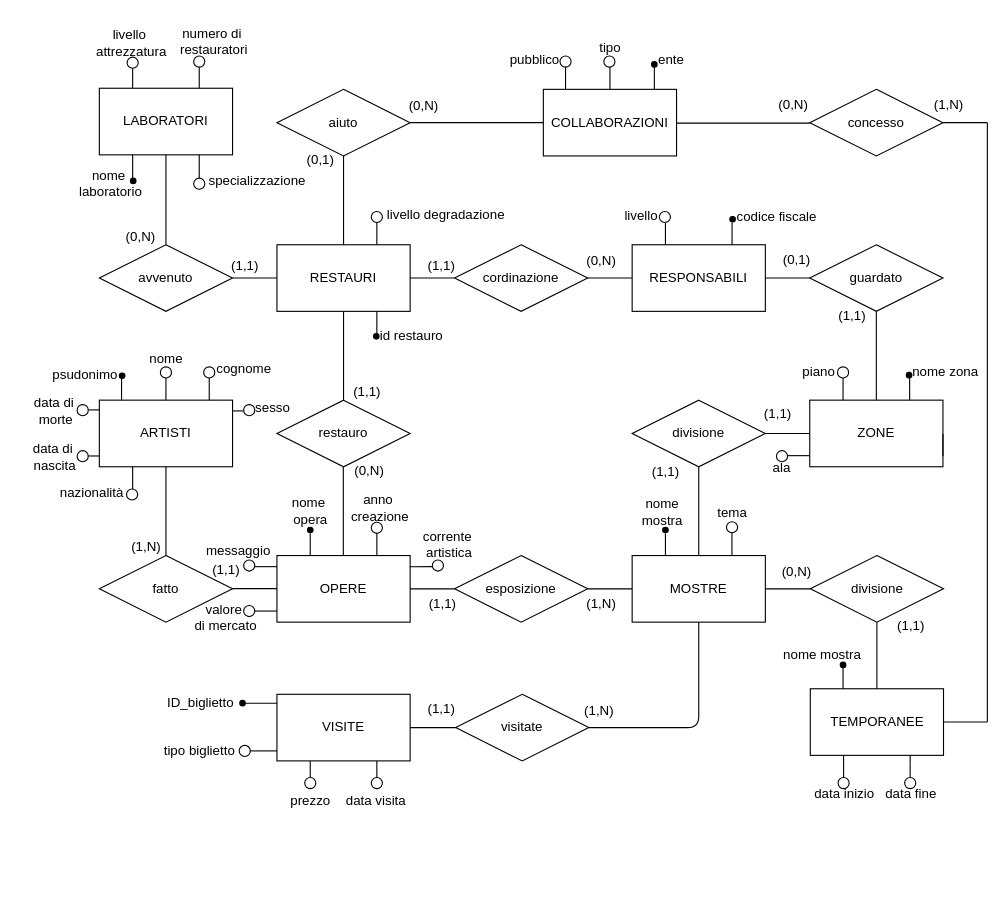
This is doc/museo-ristrutturato.drawio from ColdBerri/Database-Unipd-2025, a draw.io file, before an edit. Source tidied: cells renumbered, new cells numbered last; positions are measured from the earlier drawing's top-left corner, leaving out a move shared by most shapes. Both pictures are drawn from the tidied source at 111%, with x=0, y=0 at pixel (19, 19).
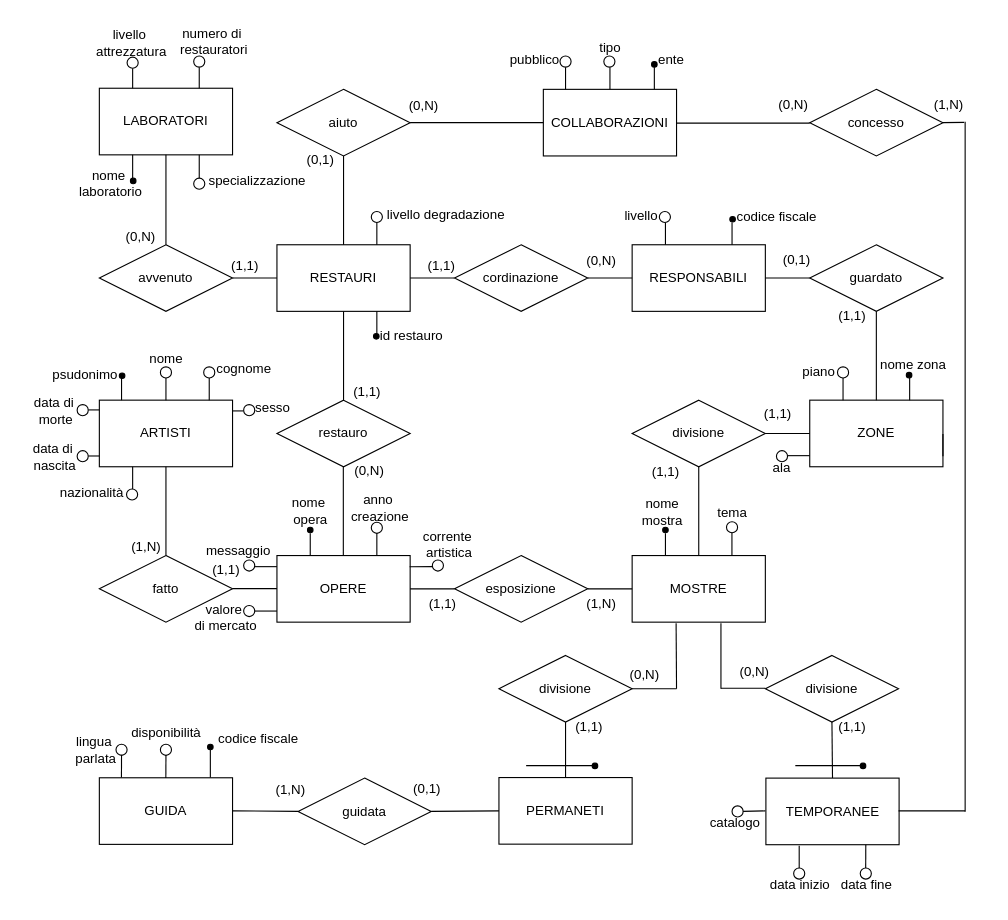
The same page after the edit.

Unchanged cells that the change refers to:
```xml
<mxCell id="14" value="MOSTRE" style="rounded=0;whiteSpace=wrap;html=1;" parent="1" vertex="1">
  <mxGeometry x="552" y="483" width="120" height="60" as="geometry" />
</mxCell>
<mxCell id="20" value="concesso" style="shape=rhombus;perimeter=rhombusPerimeter;whiteSpace=wrap;html=1;align=center;" parent="1" vertex="1">
  <mxGeometry x="712" y="63" width="120" height="60" as="geometry" />
</mxCell>
<mxCell id="130" value="(1,N)" style="text;html=1;align=center;verticalAlign=middle;points=[];strokeColor=none;fillColor=none;" parent="1" vertex="1">
  <mxGeometry x="812" y="62" width="50" height="30" as="geometry" />
</mxCell>
```

Change to the diagram source:
```diff
@@
     <mxCell id="21" value="TEMPORANEE" style="rounded=0;whiteSpace=wrap;html=1;" parent="1" vertex="1">
-      <mxGeometry x="712.5" y="603" width="120" height="60" as="geometry" />
+      <mxGeometry x="672.5" y="683.5" width="120" height="60" as="geometry" />
     </mxCell>
-    <mxCell id="22" style="endArrow=none;html=1;rounded=0;exitX=1;exitY=0.5;exitDx=0;exitDy=0;" parent="1" edge="1" source="20">
-      <mxGeometry relative="1" as="geometry">
-        <mxPoint x="872" y="93" as="targetPoint" />
-      </mxGeometry>
+    <mxCell id="22" style="endArrow=none;html=1;rounded=0;exitX=1;exitY=0.5;exitDx=0;exitDy=0;entryX=0.783;entryY=1.024;entryDx=0;entryDy=0;entryPerimeter=0;" parent="1" edge="1" source="20" target="130">
+      <mxGeometry relative="1" as="geometry" />
     </mxCell>
@@
     <mxCell id="50" value="nome zona" style="text;html=1;align=center;verticalAlign=middle;strokeColor=none;fillColor=none;" parent="1" vertex="1">
-      <mxGeometry x="794" y="303" width="80" height="30" as="geometry" />
+      <mxGeometry x="764.5" y="295.5" width="80" height="30" as="geometry" />
     </mxCell>
@@
     <mxCell id="52" value="data inizio" style="text;html=1;align=center;verticalAlign=middle;strokeColor=none;fillColor=none;" parent="1" vertex="1">
-      <mxGeometry x="702.5" y="683" width="80" height="30" as="geometry" />
+      <mxGeometry x="662.5" y="764.5" width="80" height="30" as="geometry" />
     </mxCell>
     <mxCell id="53" value="data fine" style="text;html=1;align=center;verticalAlign=middle;strokeColor=none;fillColor=none;" parent="1" vertex="1">
-      <mxGeometry x="767.5" y="683" width="70" height="30" as="geometry" />
+      <mxGeometry x="727.5" y="764.5" width="70" height="30" as="geometry" />
     </mxCell>
@@
     <mxCell id="81" style="endArrow=none;html=1;rounded=0;" parent="1" edge="1">
       <mxGeometry relative="1" as="geometry">
-        <mxPoint x="742.5" y="683" as="sourcePoint" />
-        <mxPoint x="742.5" y="663" as="targetPoint" />
+        <mxPoint x="702.5" y="764.5" as="sourcePoint" />
+        <mxPoint x="702.5" y="744.5" as="targetPoint" />
       </mxGeometry>
     </mxCell>
     <mxCell id="82" style="endArrow=none;html=1;rounded=0;entryX=0.75;entryY=1;entryDx=0;entryDy=0;" parent="1" edge="1" target="21">
       <mxGeometry relative="1" as="geometry">
-        <mxPoint x="802.4" y="683" as="sourcePoint" />
+        <mxPoint x="762.4" y="764.5" as="sourcePoint" />
       </mxGeometry>
     </mxCell>
     <mxCell id="83" style="ellipse;whiteSpace=wrap;html=1;" parent="1" vertex="1">
-      <mxGeometry x="737.5" y="683" width="10" height="10" as="geometry" />
+      <mxGeometry x="697.5" y="764.5" width="10" height="10" as="geometry" />
     </mxCell>
     <mxCell id="84" style="ellipse;whiteSpace=wrap;html=1;" parent="1" vertex="1">
-      <mxGeometry x="797.5" y="683" width="10" height="10" as="geometry" />
+      <mxGeometry x="757.5" y="764.5" width="10" height="10" as="geometry" />
     </mxCell>
@@
     <mxCell id="146" value="divisione" style="shape=rhombus;perimeter=rhombusPerimeter;whiteSpace=wrap;html=1;align=center;" parent="1" vertex="1">
-      <mxGeometry x="712.5" y="483" width="120" height="60" as="geometry" />
+      <mxGeometry x="672" y="573" width="120" height="60" as="geometry" />
     </mxCell>
-    <mxCell id="147" style="endArrow=none;html=1;rounded=0;entryX=0;entryY=0.5;entryDx=0;entryDy=0;exitX=1;exitY=0.5;exitDx=0;exitDy=0;" parent="1" edge="1" source="14" target="146">
-      <mxGeometry relative="1" as="geometry" />
-    </mxCell>
-    <mxCell id="148" style="endArrow=none;html=1;rounded=0;entryX=0.5;entryY=1;entryDx=0;entryDy=0;exitX=0.5;exitY=0;exitDx=0;exitDy=0;" parent="1" edge="1" source="21" target="146">
-      <mxGeometry relative="1" as="geometry" />
-    </mxCell>
-    <mxCell id="149" style="endArrow=none;html=1;rounded=0;exitX=1;exitY=0.5;exitDx=0;exitDy=0;" parent="1" edge="1" source="21">
-      <mxGeometry relative="1" as="geometry">
-        <mxPoint x="872" y="633" as="targetPoint" />
-      </mxGeometry>
-    </mxCell>
-    <mxCell id="150" style="endArrow=none;html=1;rounded=0;" parent="1" edge="1">
-      <mxGeometry relative="1" as="geometry">
-        <mxPoint x="872" y="633" as="sourcePoint" />
-        <mxPoint x="872" y="93" as="targetPoint" />
-      </mxGeometry>
-    </mxCell>
@@
-    <mxCell id="152" value="nome mostra&lt;div&gt;&lt;/div&gt;" style="text;html=1;align=center;verticalAlign=middle;strokeColor=none;fillColor=none;" parent="1" vertex="1">
-      <mxGeometry x="677.5" y="558" width="90" height="30" as="geometry" />
-    </mxCell>
-    <mxCell id="153" style="endArrow=none;html=1;rounded=0;exitDx=0;exitDy=0;startArrow=none;" parent="1" edge="1" source="178">
-      <mxGeometry relative="1" as="geometry">
-        <mxPoint x="742" y="583" as="targetPoint" />
-      </mxGeometry>
-    </mxCell>
     <mxCell id="154" value="(0,N)" style="text;html=1;align=center;verticalAlign=middle;strokeColor=none;fillColor=none;" parent="1" vertex="1">
-      <mxGeometry x="675" y="483" width="50" height="30" as="geometry" />
+      <mxGeometry x="637" y="573" width="50" height="30" as="geometry" />
     </mxCell>
     <mxCell id="155" value="(1,1)" style="text;html=1;align=center;verticalAlign=middle;strokeColor=none;fillColor=none;" parent="1" vertex="1">
-      <mxGeometry x="777.5" y="531.5" width="50" height="30" as="geometry" />
+      <mxGeometry x="725" y="623" width="50" height="30" as="geometry" />
     </mxCell>
-    <mxCell id="156" value="visitate" style="shape=rhombus;perimeter=rhombusPerimeter;whiteSpace=wrap;html=1;align=center;" parent="1" vertex="1">
-      <mxGeometry x="393" y="608" width="120" height="60" as="geometry" />
-    </mxCell>
-    <mxCell id="157" value="VISITE" style="rounded=0;whiteSpace=wrap;html=1;" parent="1" vertex="1">
-      <mxGeometry x="232" y="608" width="120" height="60" as="geometry" />
-    </mxCell>
-    <mxCell id="158" style="endArrow=none;html=1;entryX=0;entryY=0.5;entryDx=0;entryDy=0;exitX=1;exitY=0.5;exitDx=0;exitDy=0;" parent="1" edge="1" source="157" target="156">
-      <mxGeometry relative="1" as="geometry" />
-    </mxCell>
-    <mxCell id="159" style="endArrow=none;html=1;entryX=0;entryY=0;entryDx=0;entryDy=0;startArrow=none;" parent="1" edge="1" source="161">
-      <mxGeometry relative="1" as="geometry">
-        <mxPoint x="232" y="616" as="targetPoint" />
-      </mxGeometry>
-    </mxCell>
-    <mxCell id="160" style="endArrow=none;html=1;entryDx=0;entryDy=0;" parent="1" edge="1" target="161">
-      <mxGeometry relative="1" as="geometry">
-        <mxPoint x="202" y="616" as="sourcePoint" />
-      </mxGeometry>
-    </mxCell>
-    <mxCell id="161" style="shape=waypoint;sketch=0;fillStyle=solid;size=6;points=[];fillColor=none;perimeter=centerPerimeter;snapToPoint=1;" parent="1" vertex="1">
-      <mxGeometry x="191" y="606" width="20" height="20" as="geometry" />
-    </mxCell>
-    <mxCell id="162" value="ID_biglietto" style="text;html=1;align=center;verticalAlign=middle;strokeColor=none;fillColor=none;" parent="1" vertex="1">
-      <mxGeometry x="123" y="601" width="80" height="30" as="geometry" />
-    </mxCell>
-    <mxCell id="163" style="endArrow=none;html=1;entryX=0;entryY=1;entryDx=0;entryDy=0;startArrow=none;" parent="1" edge="1" source="164">
-      <mxGeometry relative="1" as="geometry">
-        <mxPoint x="232" y="659" as="targetPoint" />
-      </mxGeometry>
-    </mxCell>
-    <mxCell id="164" style="ellipse;whiteSpace=wrap;html=1;" parent="1" vertex="1">
-      <mxGeometry x="198" y="654" width="10" height="10" as="geometry" />
-    </mxCell>
-    <mxCell id="165" value="tipo biglietto" style="text;html=1;align=center;verticalAlign=middle;strokeColor=none;fillColor=none;" parent="1" vertex="1">
-      <mxGeometry x="117" y="644" width="90" height="30" as="geometry" />
-    </mxCell>
-    <mxCell id="166" style="endArrow=none;html=1;entryX=0.25;entryY=1;entryDx=0;entryDy=0;startArrow=none;" parent="1" edge="1" source="168" target="157">
-      <mxGeometry relative="1" as="geometry" />
-    </mxCell>
-    <mxCell id="167" style="endArrow=none;html=1;entryX=0.25;entryY=1;entryDx=0;entryDy=0;" parent="1" edge="1" target="168">
-      <mxGeometry relative="1" as="geometry">
-        <mxPoint x="262" y="693" as="sourcePoint" />
-      </mxGeometry>
-    </mxCell>
-    <mxCell id="168" style="ellipse;whiteSpace=wrap;html=1;" parent="1" vertex="1">
-      <mxGeometry x="257" y="683" width="10" height="10" as="geometry" />
-    </mxCell>
-    <mxCell id="169" value="prezzo" style="text;html=1;align=center;verticalAlign=middle;strokeColor=none;fillColor=none;" parent="1" vertex="1">
-      <mxGeometry x="232" y="689" width="60" height="30" as="geometry" />
-    </mxCell>
-    <mxCell id="170" style="endArrow=none;html=1;entryX=0.75;entryY=1;entryDx=0;entryDy=0;startArrow=none;" parent="1" edge="1" source="172" target="157">
-      <mxGeometry relative="1" as="geometry" />
-    </mxCell>
-    <mxCell id="171" style="endArrow=none;html=1;entryX=0.75;entryY=1;entryDx=0;entryDy=0;" parent="1" edge="1" target="172">
-      <mxGeometry relative="1" as="geometry">
-        <mxPoint x="322" y="693" as="sourcePoint" />
-      </mxGeometry>
-    </mxCell>
-    <mxCell id="172" style="ellipse;whiteSpace=wrap;html=1;" parent="1" vertex="1">
-      <mxGeometry x="317" y="683" width="10" height="10" as="geometry" />
-    </mxCell>
-    <mxCell id="173" value="data visita" style="text;html=1;align=center;verticalAlign=middle;strokeColor=none;fillColor=none;" parent="1" vertex="1">
-      <mxGeometry x="281" y="689" width="80" height="30" as="geometry" />
-    </mxCell>
-    <mxCell id="174" style="endArrow=none;html=1;entryX=0.5;entryY=1;entryDx=0;entryDy=0;exitX=1;exitY=0.5;exitDx=0;exitDy=0;" parent="1" edge="1" source="156" target="14">
-      <mxGeometry relative="1" as="geometry">
-        <Array as="points">
-          <mxPoint x="612" y="638" />
-        </Array>
-      </mxGeometry>
-    </mxCell>
+    <mxCell id="179" value="divisione" style="shape=rhombus;perimeter=rhombusPerimeter;whiteSpace=wrap;html=1;align=center;" parent="1" vertex="1">
+      <mxGeometry x="432" y="573" width="120" height="60" as="geometry" />
+    </mxCell>
+    <mxCell id="180" value="PERMANETI" style="rounded=0;whiteSpace=wrap;html=1;" parent="1" vertex="1">
+      <mxGeometry x="432" y="683" width="120" height="60" as="geometry" />
+    </mxCell>
+    <mxCell id="181" style="endArrow=none;html=1;rounded=0;" parent="1" edge="1">
+      <mxGeometry relative="1" as="geometry">
+        <mxPoint x="552" y="603" as="sourcePoint" />
+        <mxPoint x="592" y="603" as="targetPoint" />
+      </mxGeometry>
+    </mxCell>
+    <mxCell id="182" style="endArrow=none;html=1;rounded=0;" parent="1" edge="1">
+      <mxGeometry relative="1" as="geometry">
+        <mxPoint x="632" y="602.5" as="sourcePoint" />
+        <mxPoint x="672" y="602.5" as="targetPoint" />
+      </mxGeometry>
+    </mxCell>
+    <mxCell id="183" style="endArrow=none;html=1;rounded=0;entryX=0.33;entryY=1.015;entryDx=0;entryDy=0;entryPerimeter=0;" parent="1" edge="1" target="14">
+      <mxGeometry relative="1" as="geometry">
+        <mxPoint x="592" y="603" as="sourcePoint" />
+      </mxGeometry>
+    </mxCell>
+    <mxCell id="184" style="endArrow=none;html=1;rounded=0;entryX=0.33;entryY=1.015;entryDx=0;entryDy=0;entryPerimeter=0;" parent="1" edge="1">
+      <mxGeometry relative="1" as="geometry">
+        <mxPoint x="632" y="603" as="sourcePoint" />
+        <mxPoint x="632" y="544" as="targetPoint" />
+      </mxGeometry>
+    </mxCell>
+    <mxCell id="148" style="endArrow=none;html=1;rounded=0;entryX=0.5;entryY=1;entryDx=0;entryDy=0;exitX=0.5;exitY=0;exitDx=0;exitDy=0;" parent="1" edge="1" source="21" target="146">
+      <mxGeometry relative="1" as="geometry" />
+    </mxCell>
+    <mxCell id="185" style="endArrow=none;html=1;rounded=0;entryX=0.5;entryY=1;entryDx=0;entryDy=0;exitX=0.5;exitY=0;exitDx=0;exitDy=0;" parent="1" edge="1" source="180" target="179">
+      <mxGeometry relative="1" as="geometry" />
+    </mxCell>
+    <mxCell id="186" style="endArrow=none;html=1;rounded=0;" parent="1" edge="1">
+      <mxGeometry relative="1" as="geometry">
+        <mxPoint x="456.5" y="672.3" as="sourcePoint" />
+        <mxPoint x="516.5" y="672.3" as="targetPoint" />
+      </mxGeometry>
+    </mxCell>
+    <mxCell id="187" style="endArrow=none;html=1;rounded=0;" parent="1" edge="1">
+      <mxGeometry relative="1" as="geometry">
+        <mxPoint x="699" y="672.3" as="sourcePoint" />
+        <mxPoint x="759" y="672.3" as="targetPoint" />
+      </mxGeometry>
+    </mxCell>
+    <mxCell id="188" style="ellipse;whiteSpace=wrap;html=1;fillColor=#000000;" parent="1" vertex="1">
+      <mxGeometry x="516" y="670" width="5" height="5" as="geometry" />
+    </mxCell>
+    <mxCell id="189" style="ellipse;whiteSpace=wrap;html=1;fillColor=#000000;" parent="1" vertex="1">
+      <mxGeometry x="757.5" y="670" width="5" height="5" as="geometry" />
+    </mxCell>
+    <mxCell id="190" value="(0,N)" style="text;html=1;align=center;verticalAlign=middle;strokeColor=none;fillColor=none;" parent="1" vertex="1">
+      <mxGeometry x="537.5" y="576" width="50" height="30" as="geometry" />
+    </mxCell>
     <mxCell id="175" value="(1,1)" style="text;html=1;align=center;verticalAlign=middle;strokeColor=none;fillColor=none;" parent="1" vertex="1">
-      <mxGeometry x="355" y="606" width="50" height="30" as="geometry" />
+      <mxGeometry x="487.5" y="623" width="50" height="30" as="geometry" />
     </mxCell>
+    <mxCell id="191" style="endArrow=none;html=1;rounded=0;" parent="1" edge="1">
+      <mxGeometry relative="1" as="geometry">
+        <mxPoint x="792" y="713" as="sourcePoint" />
+        <mxPoint x="852" y="713" as="targetPoint" />
+      </mxGeometry>
+    </mxCell>
+    <mxCell id="192" style="endArrow=none;html=1;rounded=0;" parent="1" edge="1">
+      <mxGeometry relative="1" as="geometry">
+        <mxPoint x="852" y="713.8" as="sourcePoint" />
+        <mxPoint x="852" y="92.2" as="targetPoint" />
+      </mxGeometry>
+    </mxCell>
+    <mxCell id="193" style="ellipse;whiteSpace=wrap;html=1;" parent="1" vertex="1">
+      <mxGeometry x="642" y="708.5" width="10" height="10" as="geometry" />
+    </mxCell>
+    <mxCell id="194" value="catalogo" style="text;strokeColor=none;align=center;fillColor=none;html=1;verticalAlign=middle;whiteSpace=wrap;rounded=0;" parent="1" vertex="1">
+      <mxGeometry x="615" y="708.5" width="60" height="30" as="geometry" />
+    </mxCell>
+    <mxCell id="195" style="endArrow=none;html=1;rounded=0;entryX=1;entryY=0.5;entryDx=0;entryDy=0;" parent="1" edge="1" target="193">
+      <mxGeometry relative="1" as="geometry">
+        <mxPoint x="672" y="713" as="sourcePoint" />
+      </mxGeometry>
+    </mxCell>
+    <mxCell id="196" value="guidata" style="shape=rhombus;perimeter=rhombusPerimeter;whiteSpace=wrap;html=1;align=center;" parent="1" vertex="1">
+      <mxGeometry x="251" y="683.5" width="120" height="60" as="geometry" />
+    </mxCell>
+    <mxCell id="197" style="endArrow=none;html=1;rounded=0;entryX=0;entryY=0.5;entryDx=0;entryDy=0;" parent="1" edge="1" target="196">
+      <mxGeometry relative="1" as="geometry">
+        <mxPoint x="192" y="713" as="sourcePoint" />
+      </mxGeometry>
+    </mxCell>
+    <mxCell id="198" style="endArrow=none;html=1;rounded=0;entryX=1;entryY=0.5;entryDx=0;entryDy=0;exitX=0;exitY=0.5;exitDx=0;exitDy=0;" parent="1" edge="1" source="180" target="196">
+      <mxGeometry relative="1" as="geometry" />
+    </mxCell>
+    <mxCell id="199" value="GUIDA" style="rounded=0;whiteSpace=wrap;html=1;" parent="1" vertex="1">
+      <mxGeometry x="72" y="683.2" width="120" height="60" as="geometry" />
+    </mxCell>
+    <mxCell id="200" style="ellipse;whiteSpace=wrap;html=1;fillColor=#000000;" parent="1" vertex="1">
+      <mxGeometry x="169.5" y="653" width="5" height="5" as="geometry" />
+    </mxCell>
+    <mxCell id="201" style="endArrow=none;html=1;rounded=0;exitX=0.5;exitY=1;exitDx=0;exitDy=0;" parent="1" edge="1" source="200">
+      <mxGeometry relative="1" as="geometry">
+        <mxPoint x="172" y="683" as="targetPoint" />
+      </mxGeometry>
+    </mxCell>
+    <mxCell id="202" value="codice fiscale" style="text;html=1;align=center;verticalAlign=middle;strokeColor=none;fillColor=none;" parent="1" vertex="1">
+      <mxGeometry x="164.5" y="633" width="100" height="30" as="geometry" />
+    </mxCell>
+    <mxCell id="203" style="ellipse;whiteSpace=wrap;html=1;" parent="1" vertex="1">
+      <mxGeometry x="127" y="653" width="10" height="10" as="geometry" />
+    </mxCell>
+    <mxCell id="204" value="lingua&lt;div&gt;&amp;nbsp;parlata&lt;/div&gt;" style="text;html=1;align=center;verticalAlign=middle;strokeColor=none;fillColor=none;rotation=0;" parent="1" vertex="1">
+      <mxGeometry x="36.5" y="638" width="60" height="40" as="geometry" />
+    </mxCell>
+    <mxCell id="205" value="disponibilità" style="text;html=1;align=center;verticalAlign=middle;strokeColor=none;fillColor=none;" parent="1" vertex="1">
+      <mxGeometry x="87" y="628" width="90" height="30" as="geometry" />
+    </mxCell>
+    <mxCell id="206" style="ellipse;whiteSpace=wrap;html=1;" parent="1" vertex="1">
+      <mxGeometry x="87" y="653" width="10" height="10" as="geometry" />
+    </mxCell>
+    <mxCell id="207" style="endArrow=none;html=1;rounded=0;" parent="1" edge="1">
+      <mxGeometry relative="1" as="geometry">
+        <mxPoint x="132" y="663" as="sourcePoint" />
+        <mxPoint x="131.9" y="683.5" as="targetPoint" />
+      </mxGeometry>
+    </mxCell>
+    <mxCell id="208" style="endArrow=none;html=1;rounded=0;" parent="1" edge="1">
+      <mxGeometry relative="1" as="geometry">
+        <mxPoint x="92" y="662.5" as="sourcePoint" />
+        <mxPoint x="91.9" y="683" as="targetPoint" />
+      </mxGeometry>
+    </mxCell>
     <mxCell id="176" value="(1,N)" style="text;html=1;align=center;verticalAlign=middle;strokeColor=none;fillColor=none;" parent="1" vertex="1">
-      <mxGeometry x="497" y="608" width="50" height="30" as="geometry" />
+      <mxGeometry x="219" y="678.5" width="50" height="30" as="geometry" />
     </mxCell>
-    <mxCell id="177" style="endArrow=none;html=1;rounded=0;exitX=0.25;exitY=0;exitDx=0;exitDy=0;" parent="1" edge="1" target="178">
-      <mxGeometry relative="1" as="geometry">
-        <mxPoint x="742" y="603" as="sourcePoint" />
-      </mxGeometry>
-    </mxCell>
-    <mxCell id="178" style="shape=waypoint;sketch=0;fillStyle=solid;size=6;points=[];fillColor=none;perimeter=centerPerimeter;snapToPoint=1;" parent="1" vertex="1">
-      <mxGeometry x="732" y="571.5" width="20" height="20" as="geometry" />
-    </mxCell>
+    <mxCell id="209" value="(0,1)" style="text;html=1;align=center;verticalAlign=middle;strokeColor=none;fillColor=none;" parent="1" vertex="1">
+      <mxGeometry x="342" y="678" width="50" height="30" as="geometry" />
+    </mxCell>
```
